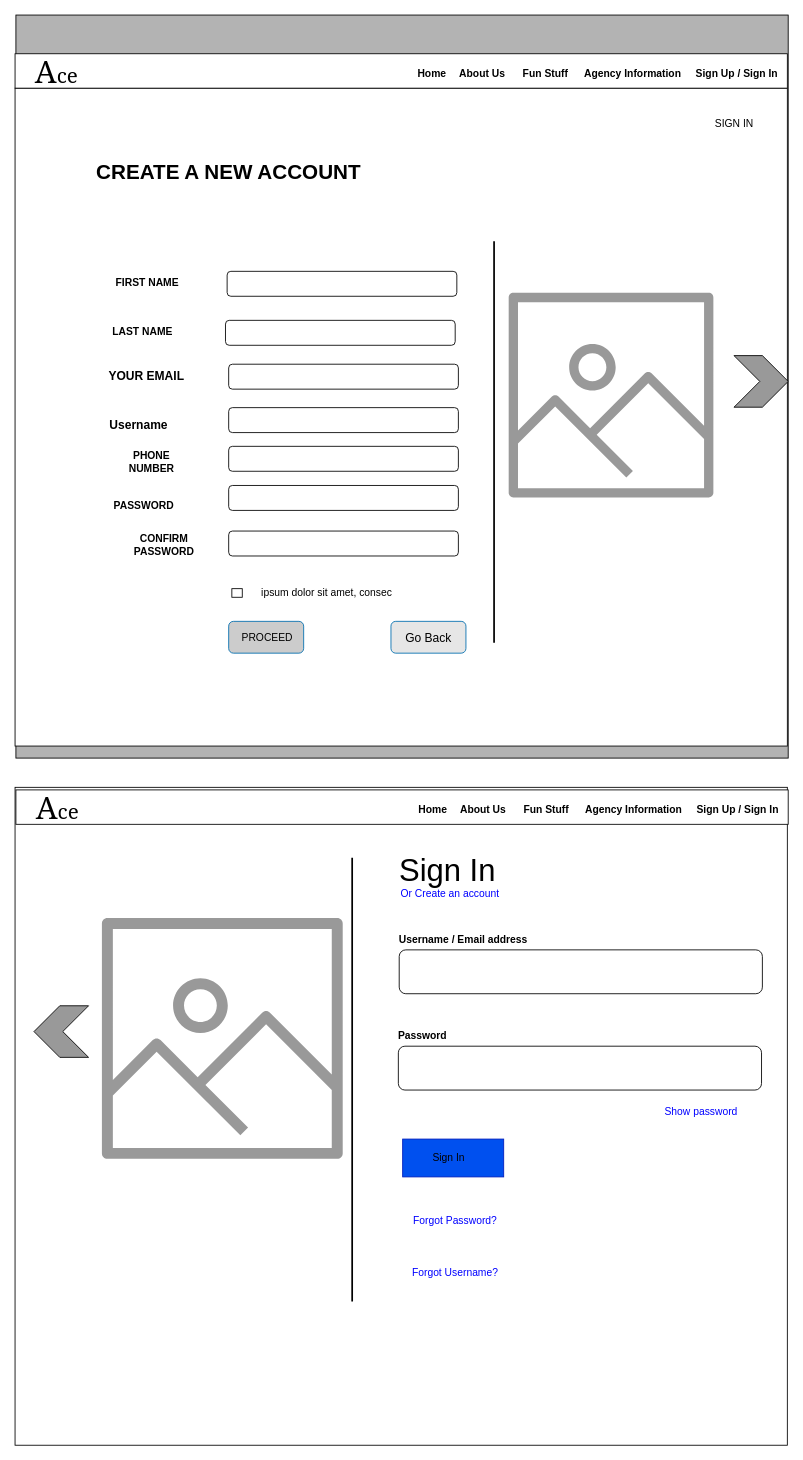
opeyemi-jonah/Ace-challenge keeps this draw.io diagram as registration.drawio. Above is the earlier version. Source tidied: cells renumbered, new cells numbered last; positions are measured from the earlier drawing's top-left corner, leaving out a move shared by most shapes. Both pictures are drawn from the tidied source at 86%, with x=0, y=0 at pixel (15, 15).
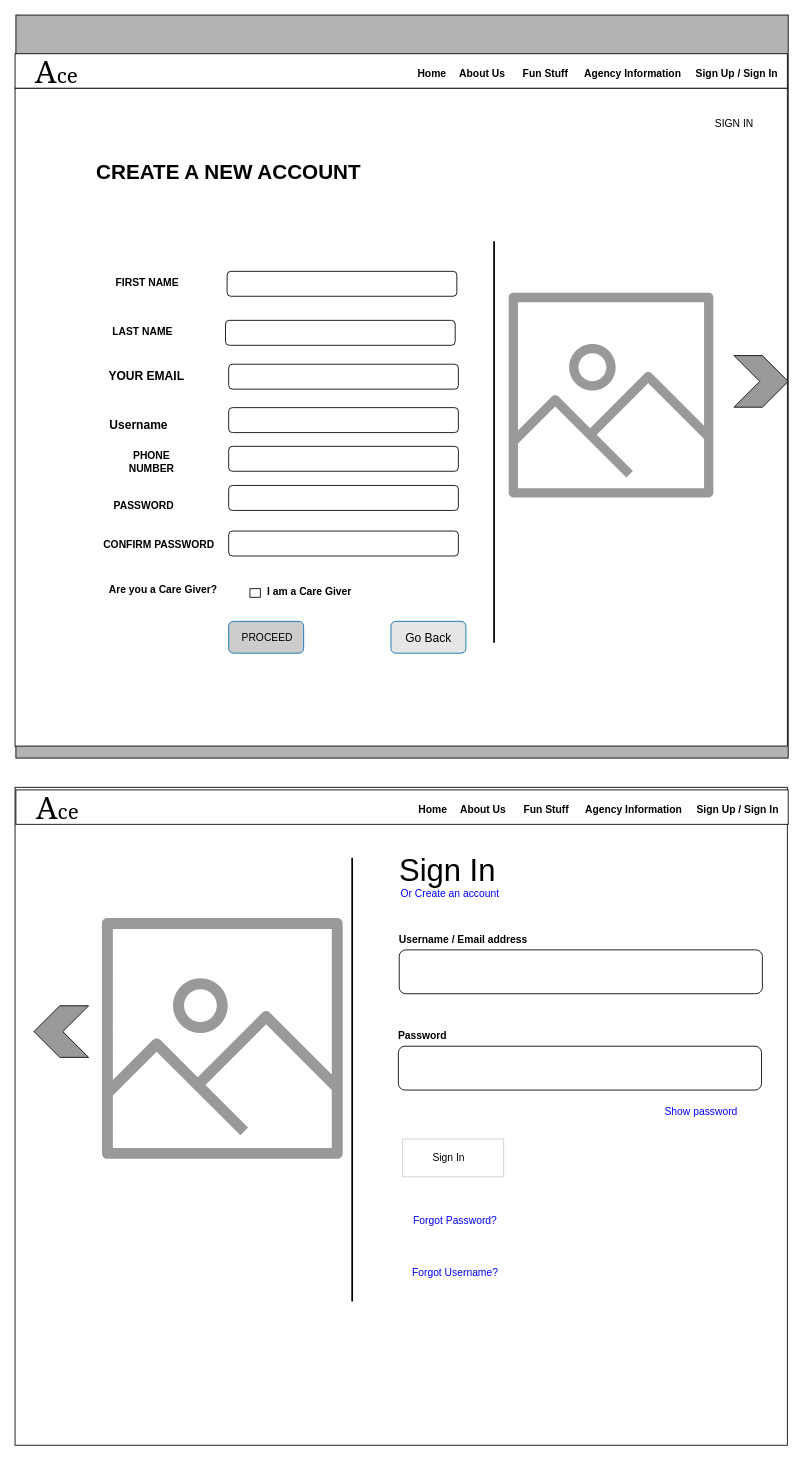
The same page after the edit.

Unchanged cells that the change refers to:
```xml
<mxCell id="6" style="group;" parent="1" vertex="1">
  <mxGeometry x="62" y="173" width="750" height="569" as="geometry" />
</mxCell>
<mxCell id="33" style="group;" parent="31" vertex="1">
  <mxGeometry x="25.3" y="28" width="451.7" height="461" as="geometry" />
</mxCell>
```

The edit, as a diff of the source:
```diff
@@
     <mxCell id="19" value="CONFIRM PASSWORD" style="text;html=1;strokeColor=none;fillColor=none;align=center;verticalAlign=middle;whiteSpace=wrap;rounded=0;fontStyle=1;" parent="6" vertex="1">
-      <mxGeometry x="46.4" y="433" width="130.8" height="20.5" as="geometry" />
+      <mxGeometry x="34" y="433" width="143.1" height="20.5" as="geometry" />
     </mxCell>
     <mxCell id="20" style="rounded=1;whiteSpace=wrap;html=1;fillColor=#FFFFFF;arcSize=0;" parent="6" vertex="1">
-      <mxGeometry x="190.1" y="494" width="12.1" height="10" as="geometry" />
+      <mxGeometry x="211.1" y="494" width="12.1" height="10" as="geometry" />
     </mxCell>
-    <mxCell id="21" value="&lt;span style=&quot;text-align: left&quot;&gt;&amp;nbsp;ipsum dolor sit amet, consec&lt;/span&gt;" style="text;html=1;strokeColor=none;fillColor=none;align=center;verticalAlign=middle;whiteSpace=wrap;rounded=0;" parent="6" vertex="1">
-      <mxGeometry x="202.2" y="489" width="193.8" height="20" as="geometry" />
-    </mxCell>
@@
-    <mxCell id="39" style="rounded=0;whiteSpace=wrap;html=1;fillColor=#0050ef;strokeColor=#001DBC;fontColor=#ffffff;" parent="33" vertex="1">
+    <mxCell id="39" style="rounded=0;whiteSpace=wrap;html=1;fontColor=#ffffff;strokeColor=#CCCCCC;" parent="33" vertex="1">
       <mxGeometry x="33.4" y="295" width="117.5" height="44" as="geometry" />
     </mxCell>
@@
+    <mxCell id="67" value="I am a Care Giver" style="text;html=1;strokeColor=none;fillColor=none;align=center;verticalAlign=middle;whiteSpace=wrap;rounded=0;fontStyle=1;" parent="1" vertex="1">
+      <mxGeometry x="271" y="661" width="143.1" height="20.5" as="geometry" />
+    </mxCell>
+    <mxCell id="68" value="Are you a Care Giver?" style="text;html=1;strokeColor=none;fillColor=none;align=center;verticalAlign=middle;whiteSpace=wrap;rounded=0;fontStyle=1;" parent="1" vertex="1">
+      <mxGeometry x="101" y="658" width="143.1" height="20.5" as="geometry" />
+    </mxCell>
```
